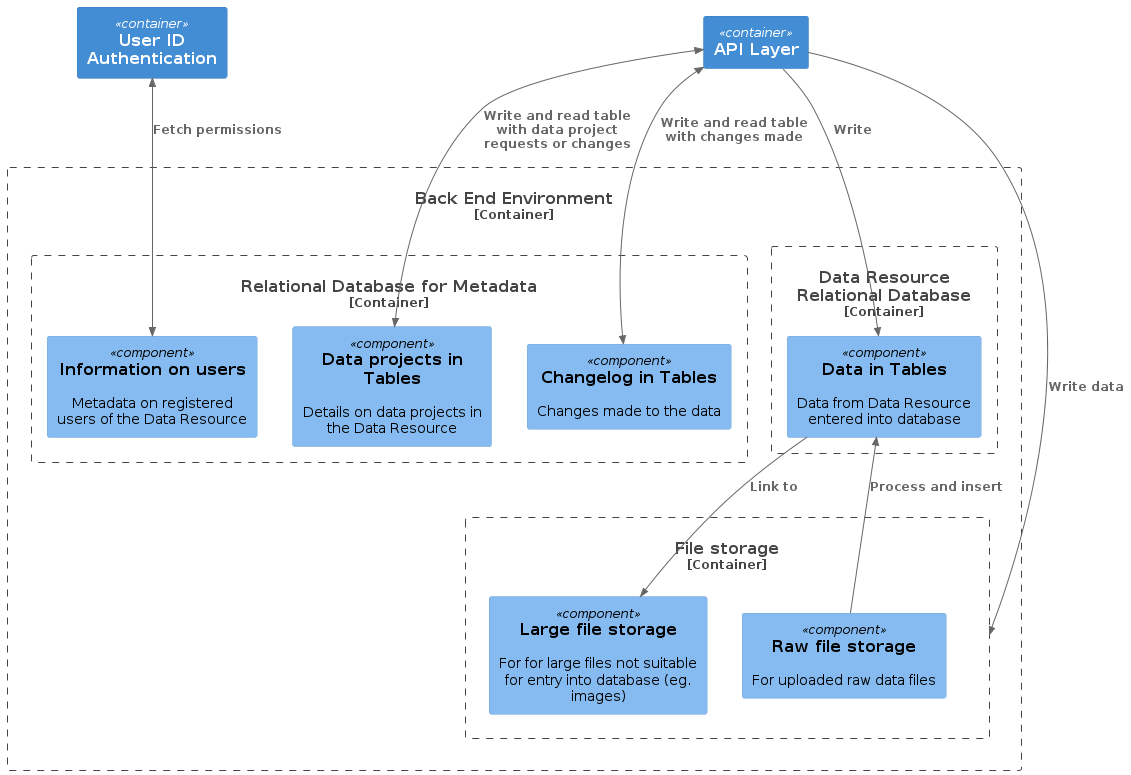
Above: design/images/component-backend.png in seedcase-project/seedcase-website (PlantUML), before the change.
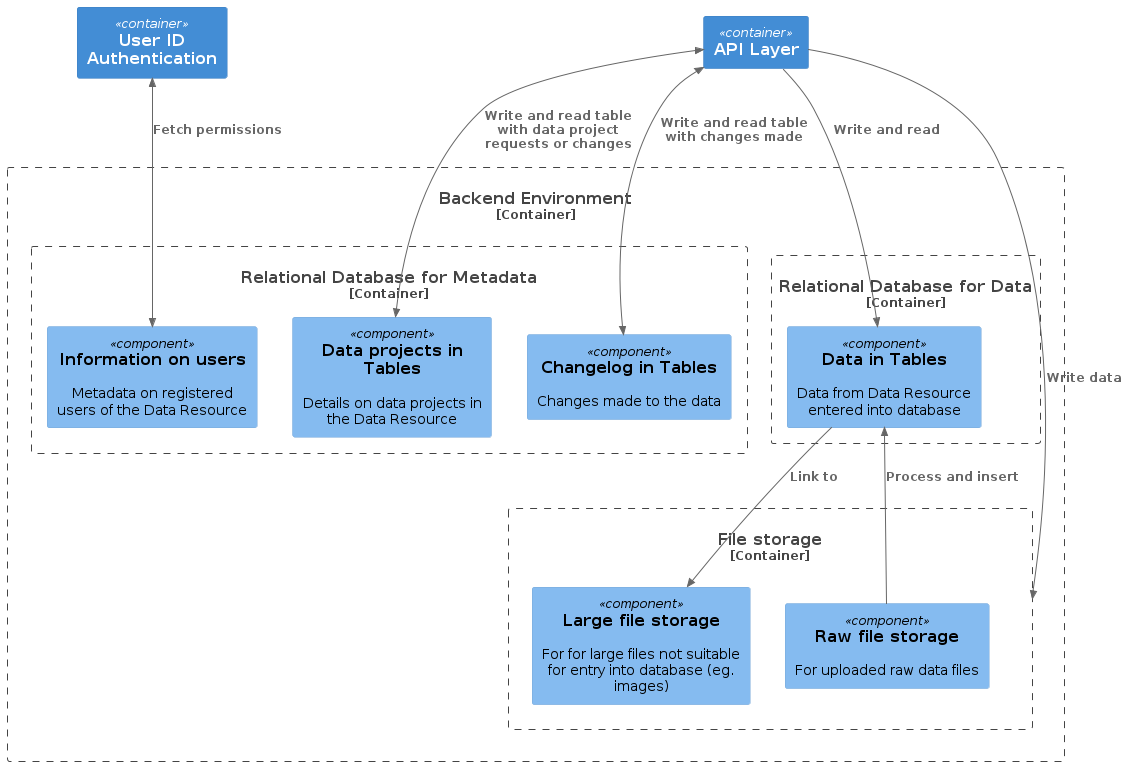
The same file after the commit.

Change to the diagram source:
```diff
@@ -5,13 +5,13 @@
 Container(uia, "User ID Authentication")
 Container(api, "API Layer")
 
-Container_Boundary(bee, "Back End Environment") {
+Container_Boundary(bee, "Backend Environment") {
   Container_Boundary(rdb_metadata, "Relational Database for Metadata") {
     Component(data_projects, "Data projects in Tables", $descr="Details on data projects in the Data Resource")
     Component(changelog, "Changelog in Tables", $descr="Changes made to the data")
     Component(user_info, "Information on users", $descr="Metadata on registered users of the Data Resource")
   }
-  Container_Boundary(rdb_data, "Data Resource\nRelational Database") {
+  Container_Boundary(rdb_data, "Relational Database for Data") {
     Component(dt, "Data in Tables", $descr="Data from Data Resource entered into database")
   }
   Container_Boundary(fs, "File storage") {
@@ -22,7 +22,7 @@
 
 Rel(api, fs, "Write data")
 
-Rel(api, dt, "Write")
+Rel(api, dt, "Write and read")
 BiRel(api, changelog, "Write and read table with changes made")
 BiRel(api, data_projects, "Write and read table with data project requests or changes")
 
```
